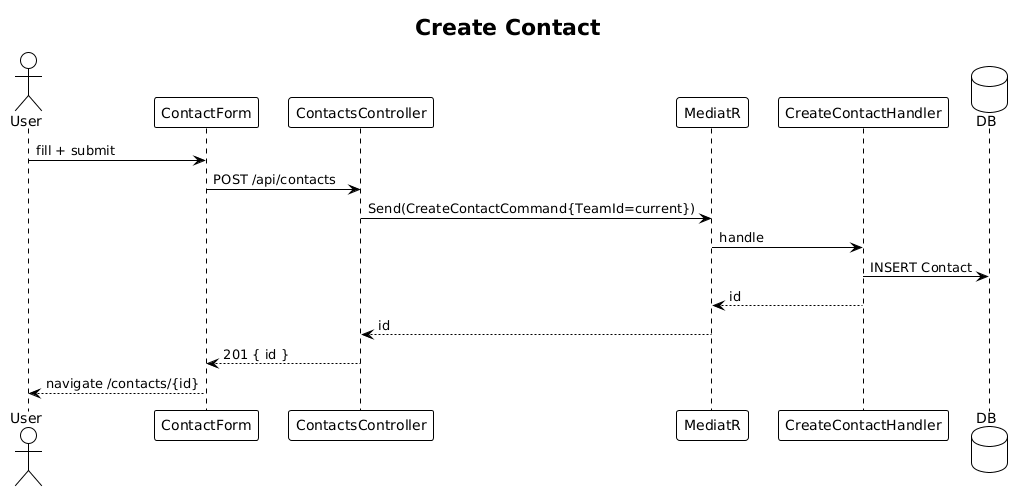
This is docs/detailed-designs/08-create-contact/diagrams/sequence_create.png from QuinntyneBrown/TheUpperRoom, a PlantUML export, as it was before one commit.
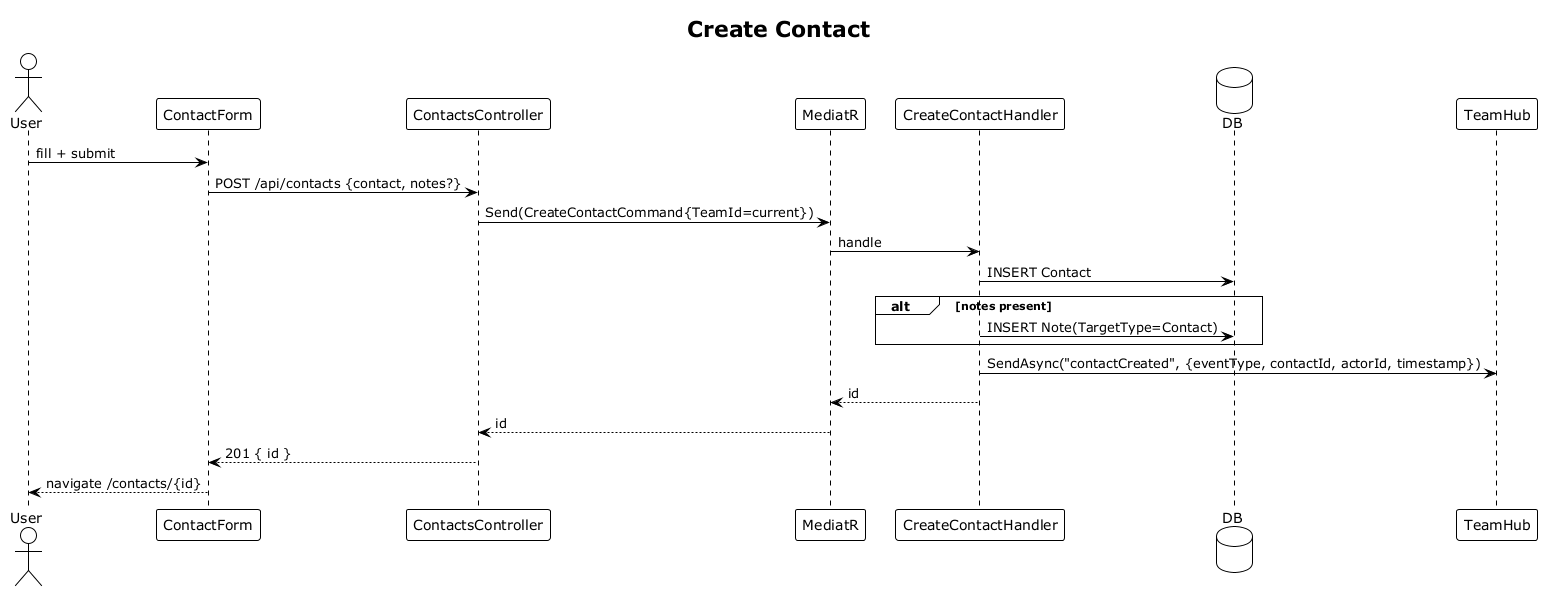
After the change.

What changed in the source:
```diff
@@ -1,4 +1,4 @@
-@startuml
+@startuml sequence_create
 !theme plain
 title Create Contact
 
@@ -8,12 +8,17 @@
 participant "MediatR" as M
 participant "CreateContactHandler" as H
 database "DB" as DB
+participant "TeamHub" as Hub
 
 User -> F: fill + submit
-F -> C: POST /api/contacts
+F -> C: POST /api/contacts {contact, notes?}
 C -> M: Send(CreateContactCommand{TeamId=current})
 M -> H: handle
 H -> DB: INSERT Contact
+alt notes present
+  H -> DB: INSERT Note(TargetType=Contact)
+end
+H -> Hub: SendAsync("contactCreated", {eventType, contactId, actorId, timestamp})
 H --> M: id
 M --> C: id
 C --> F: 201 { id }
```
